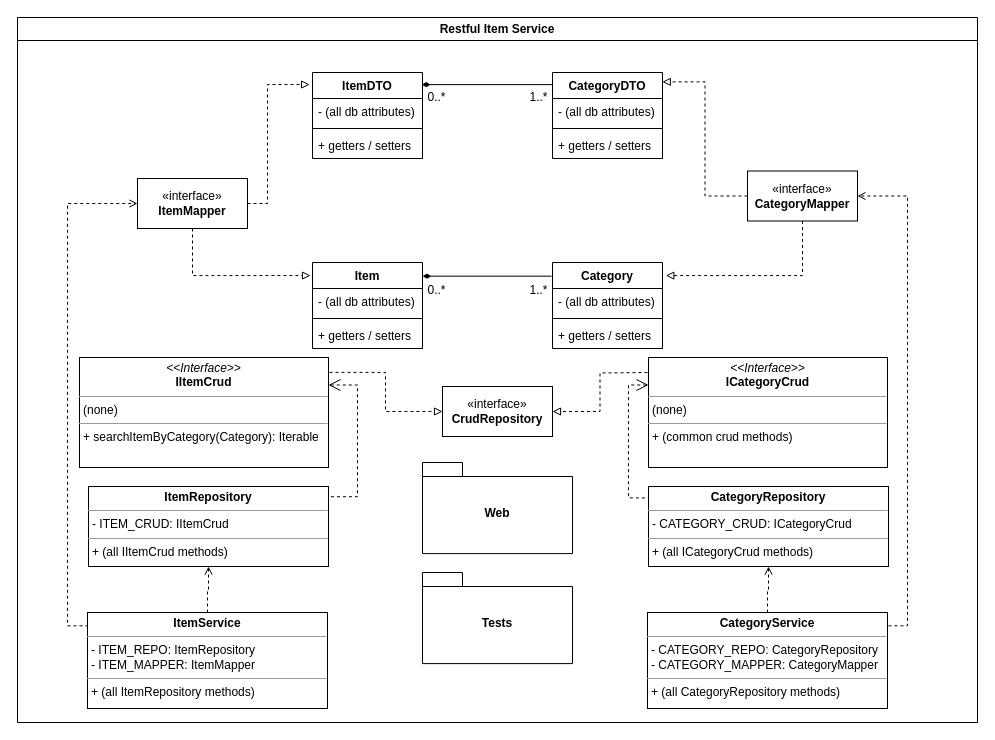
NM4TT/Restful-CRUD-App keeps this draw.io diagram as diagrams/item_service_class_diagram.drawio. Above is the earlier version. Source tidied: cells renumbered, new cells numbered last; positions are measured from the earlier drawing's top-left corner, leaving out a move shared by most shapes. Both pictures are drawn from the tidied source at 100%, with x=0, y=0 at pixel (17, 17).
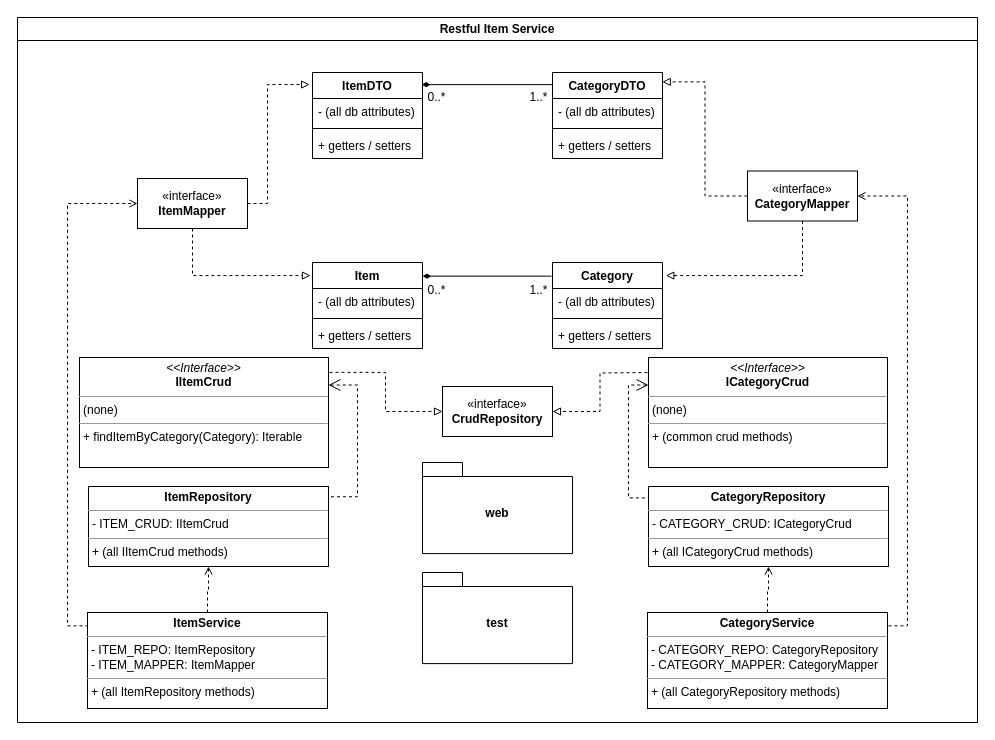
After the change.

The change refers to these unchanged cells:
```xml
<mxCell id="2" value="Restful Item Service" style="swimlane;whiteSpace=wrap;html=1;startSize=23;" parent="1" vertex="1">
  <mxGeometry width="960" height="705" as="geometry" />
</mxCell>
```

Change to the diagram source:
```diff
@@
-    <mxCell id="5" value="&lt;p style=&quot;margin:0px;margin-top:4px;text-align:center;&quot;&gt;&lt;i&gt;&amp;lt;&amp;lt;Interface&amp;gt;&amp;gt;&lt;/i&gt;&lt;br&gt;&lt;b&gt;IItemCrud&lt;/b&gt;&lt;/p&gt;&lt;hr size=&quot;1&quot;&gt;&lt;p style=&quot;margin:0px;margin-left:4px;&quot;&gt;(none)&lt;/p&gt;&lt;hr size=&quot;1&quot;&gt;&lt;p style=&quot;margin:0px;margin-left:4px;&quot;&gt;+ searchItemByCategory(Category): Iterable&lt;/p&gt;" style="verticalAlign=top;align=left;overflow=fill;fontSize=12;fontFamily=Helvetica;html=1;whiteSpace=wrap;" parent="2" vertex="1">
+    <mxCell id="5" value="&lt;p style=&quot;margin:0px;margin-top:4px;text-align:center;&quot;&gt;&lt;i&gt;&amp;lt;&amp;lt;Interface&amp;gt;&amp;gt;&lt;/i&gt;&lt;br&gt;&lt;b&gt;IItemCrud&lt;/b&gt;&lt;/p&gt;&lt;hr size=&quot;1&quot;&gt;&lt;p style=&quot;margin:0px;margin-left:4px;&quot;&gt;(none)&lt;/p&gt;&lt;hr size=&quot;1&quot;&gt;&lt;p style=&quot;margin:0px;margin-left:4px;&quot;&gt;+ findItemByCategory(Category): Iterable&lt;/p&gt;" style="verticalAlign=top;align=left;overflow=fill;fontSize=12;fontFamily=Helvetica;html=1;whiteSpace=wrap;" parent="2" vertex="1">
       <mxGeometry x="62" y="340" width="249" height="110" as="geometry" />
     </mxCell>
@@
-    <mxCell id="45" value="Web" style="shape=folder;fontStyle=1;spacingTop=10;tabWidth=40;tabHeight=14;tabPosition=left;html=1;whiteSpace=wrap;" parent="2" vertex="1">
+    <mxCell id="45" value="web" style="shape=folder;fontStyle=1;spacingTop=10;tabWidth=40;tabHeight=14;tabPosition=left;html=1;whiteSpace=wrap;" parent="2" vertex="1">
       <mxGeometry x="405" y="445" width="150" height="91.1" as="geometry" />
     </mxCell>
-    <mxCell id="46" value="Tests" style="shape=folder;fontStyle=1;spacingTop=10;tabWidth=40;tabHeight=14;tabPosition=left;html=1;whiteSpace=wrap;" parent="2" vertex="1">
+    <mxCell id="46" value="test" style="shape=folder;fontStyle=1;spacingTop=10;tabWidth=40;tabHeight=14;tabPosition=left;html=1;whiteSpace=wrap;" parent="2" vertex="1">
       <mxGeometry x="405" y="555" width="150" height="91.1" as="geometry" />
     </mxCell>
```
